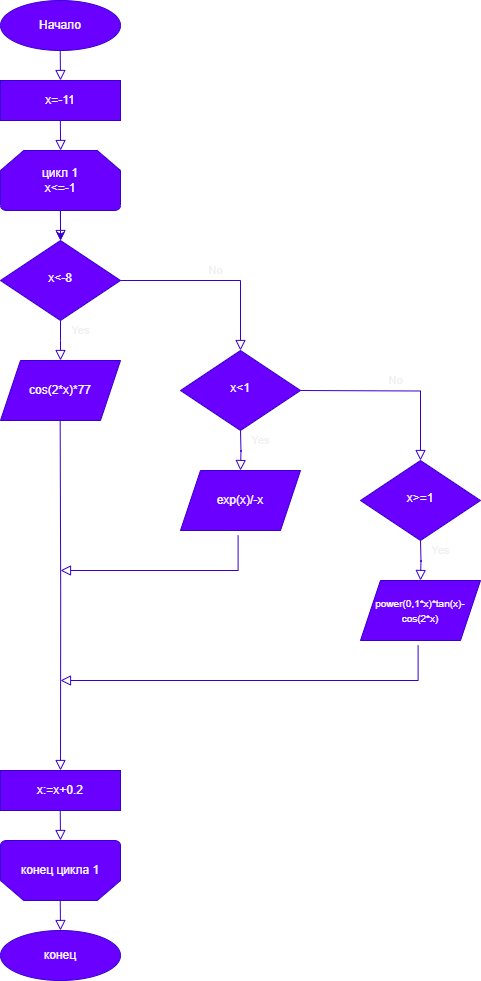
Above: Диаграмма без названия.png in v0untina/DKR_1 (draw.io), before the change. Source tidied: cells renumbered, new cells last; positions are measured from the earlier drawing's top-left corner, leaving out a move shared by most shapes. Its diagram source:
```xml
<mxGraphModel>
  <root>
    <mxCell id="0" />
    <mxCell id="1" parent="0" />
    <mxCell id="2" value="Yes" style="rounded=0;html=1;jettySize=auto;fontSize=11;endArrow=block;endFill=0;endSize=8;strokeWidth=1;shadow=0;labelBackgroundColor=none;edgeStyle=orthogonalEdgeStyle;fillColor=#6a00ff;strokeColor=#3700CC;" parent="1" edge="1" source="4">
      <mxGeometry x="-0.51" y="20" relative="1" as="geometry">
        <mxPoint x="60" y="360" as="targetPoint" />
      </mxGeometry>
    </mxCell>
    <mxCell id="3" value="No" style="edgeStyle=orthogonalEdgeStyle;rounded=0;html=1;jettySize=auto;fontSize=11;endArrow=block;endFill=0;endSize=8;strokeWidth=1;shadow=0;labelBackgroundColor=none;entryX=0.5;entryY=0;entryDx=0;entryDy=0;fillColor=#6a00ff;strokeColor=#3700CC;" parent="1" edge="1" source="4" target="13">
      <mxGeometry y="10" relative="1" as="geometry" />
    </mxCell>
    <mxCell id="4" value="x&amp;lt;-8" style="rhombus;whiteSpace=wrap;html=1;shadow=0;fontFamily=Helvetica;fontSize=12;align=center;strokeWidth=1;spacing=6;spacingTop=-4;fillColor=#6a00ff;fontColor=#ffffff;strokeColor=#3700CC;" parent="1" vertex="1">
      <mxGeometry y="240" width="120" height="80" as="geometry" />
    </mxCell>
    <mxCell id="5" value="x=-11" style="rounded=0;whiteSpace=wrap;html=1;fillColor=#6a00ff;fontColor=#ffffff;strokeColor=#3700CC;" parent="1" vertex="1">
      <mxGeometry y="80" width="120" height="40" as="geometry" />
    </mxCell>
    <mxCell id="6" style="rounded=0;html=1;jettySize=auto;orthogonalLoop=1;fontSize=11;endArrow=block;endFill=0;endSize=8;strokeWidth=1;shadow=0;labelBackgroundColor=none;edgeStyle=orthogonalEdgeStyle;fillColor=#6a00ff;strokeColor=#3700CC;" parent="1" edge="1">
      <mxGeometry relative="1" as="geometry">
        <mxPoint x="59.7" y="50" as="sourcePoint" />
        <mxPoint x="60" y="80" as="targetPoint" />
      </mxGeometry>
    </mxCell>
    <mxCell id="7" value="Начало" style="ellipse;whiteSpace=wrap;html=1;fillColor=#6a00ff;fontColor=#ffffff;strokeColor=#3700CC;" parent="1" vertex="1">
      <mxGeometry width="120" height="50" as="geometry" />
    </mxCell>
    <mxCell id="8" style="edgeStyle=orthogonalEdgeStyle;rounded=0;jettySize=auto;html=1;fillColor=#6a00ff;strokeColor=#3700CC;" parent="1" edge="1" source="9" target="4">
      <mxGeometry relative="1" as="geometry" />
    </mxCell>
    <mxCell id="9" value="цикл 1&lt;br&gt;x&amp;lt;=-1" style="strokeWidth=1;html=1;shape=mxgraph.flowchart.loop_limit;whiteSpace=wrap;fillColor=#6a00ff;fontColor=#ffffff;strokeColor=#3700CC;" parent="1" vertex="1">
      <mxGeometry y="150" width="120" height="60" as="geometry" />
    </mxCell>
    <mxCell id="10" value="cos(2*x)*77" style="shape=parallelogram;perimeter=parallelogramPerimeter;whiteSpace=wrap;html=1;fixedSize=1;fillColor=#6a00ff;fontColor=#ffffff;strokeColor=#3700CC;" parent="1" vertex="1">
      <mxGeometry y="360" width="120" height="60" as="geometry" />
    </mxCell>
    <mxCell id="11" style="rounded=0;html=1;jettySize=auto;orthogonalLoop=1;fontSize=11;endArrow=block;endFill=0;endSize=8;strokeWidth=1;shadow=0;labelBackgroundColor=none;edgeStyle=orthogonalEdgeStyle;fillColor=#6a00ff;strokeColor=#3700CC;" parent="1" edge="1">
      <mxGeometry relative="1" as="geometry">
        <mxPoint x="59.9" y="120" as="sourcePoint" />
        <mxPoint x="60.1" y="150" as="targetPoint" />
      </mxGeometry>
    </mxCell>
    <mxCell id="12" style="rounded=0;html=1;jettySize=auto;orthogonalLoop=1;fontSize=11;endArrow=block;endFill=0;endSize=8;strokeWidth=1;shadow=0;labelBackgroundColor=none;edgeStyle=orthogonalEdgeStyle;fillColor=#6a00ff;strokeColor=#3700CC;" parent="1" edge="1">
      <mxGeometry relative="1" as="geometry">
        <mxPoint x="59.9" y="210" as="sourcePoint" />
        <mxPoint x="60.1" y="240" as="targetPoint" />
      </mxGeometry>
    </mxCell>
    <mxCell id="13" value="x&amp;lt;1" style="rhombus;whiteSpace=wrap;html=1;shadow=0;fontFamily=Helvetica;fontSize=12;align=center;strokeWidth=1;spacing=6;spacingTop=-4;fillColor=#6a00ff;fontColor=#ffffff;strokeColor=#3700CC;" parent="1" vertex="1">
      <mxGeometry x="180" y="350" width="120" height="80" as="geometry" />
    </mxCell>
    <mxCell id="14" style="rounded=0;html=1;jettySize=auto;orthogonalLoop=1;fontSize=11;endArrow=block;endFill=0;endSize=8;strokeWidth=1;shadow=0;labelBackgroundColor=none;edgeStyle=orthogonalEdgeStyle;fillColor=#6a00ff;strokeColor=#3700CC;" parent="1" edge="1">
      <mxGeometry x="-0.51" y="20" relative="1" as="geometry">
        <mxPoint x="59.7" y="420" as="sourcePoint" />
        <mxPoint x="60" y="770" as="targetPoint" />
      </mxGeometry>
    </mxCell>
    <mxCell id="15" value="Yes" style="rounded=0;html=1;jettySize=auto;orthogonalLoop=1;fontSize=11;endArrow=block;endFill=0;endSize=8;strokeWidth=1;shadow=0;labelBackgroundColor=none;edgeStyle=orthogonalEdgeStyle;fillColor=#6a00ff;strokeColor=#3700CC;" parent="1" edge="1">
      <mxGeometry x="-0.51" y="20" relative="1" as="geometry">
        <mxPoint x="240" y="430" as="sourcePoint" />
        <mxPoint x="240" y="470" as="targetPoint" />
      </mxGeometry>
    </mxCell>
    <mxCell id="16" value="exp(x)/-x" style="shape=parallelogram;perimeter=parallelogramPerimeter;whiteSpace=wrap;html=1;fixedSize=1;fillColor=#6a00ff;fontColor=#ffffff;strokeColor=#3700CC;" parent="1" vertex="1">
      <mxGeometry x="180" y="470" width="120" height="60" as="geometry" />
    </mxCell>
    <mxCell id="17" style="edgeStyle=orthogonalEdgeStyle;rounded=0;html=1;jettySize=auto;fontSize=11;endArrow=block;endFill=0;endSize=8;strokeWidth=1;shadow=0;labelBackgroundColor=none;exitX=0.48;exitY=1.084;exitDx=0;exitDy=0;exitPerimeter=0;fillColor=#6a00ff;strokeColor=#3700CC;" parent="1" edge="1" source="16">
      <mxGeometry y="10" relative="1" as="geometry">
        <mxPoint x="60" y="570" as="targetPoint" />
        <Array as="points">
          <mxPoint x="238" y="570" />
        </Array>
      </mxGeometry>
    </mxCell>
    <mxCell id="18" value="No" style="edgeStyle=orthogonalEdgeStyle;rounded=0;html=1;jettySize=auto;fontSize=11;endArrow=block;endFill=0;endSize=8;strokeWidth=1;shadow=0;labelBackgroundColor=none;entryX=0.5;entryY=0;entryDx=0;entryDy=0;fillColor=#6a00ff;strokeColor=#3700CC;" parent="1" edge="1" target="19">
      <mxGeometry y="10" relative="1" as="geometry">
        <mxPoint x="300" y="390" as="sourcePoint" />
      </mxGeometry>
    </mxCell>
    <mxCell id="19" value="x&amp;gt;=1" style="rhombus;whiteSpace=wrap;html=1;shadow=0;fontFamily=Helvetica;fontSize=12;align=center;strokeWidth=1;spacing=6;spacingTop=-4;fillColor=#6a00ff;fontColor=#ffffff;strokeColor=#3700CC;" parent="1" vertex="1">
      <mxGeometry x="360" y="460" width="120" height="80" as="geometry" />
    </mxCell>
    <mxCell id="20" value="Yes" style="rounded=0;html=1;jettySize=auto;orthogonalLoop=1;fontSize=11;endArrow=block;endFill=0;endSize=8;strokeWidth=1;shadow=0;labelBackgroundColor=none;edgeStyle=orthogonalEdgeStyle;fillColor=#6a00ff;strokeColor=#3700CC;" parent="1" edge="1">
      <mxGeometry x="-0.51" y="20" relative="1" as="geometry">
        <mxPoint x="420" y="540" as="sourcePoint" />
        <mxPoint x="420" y="580" as="targetPoint" />
      </mxGeometry>
    </mxCell>
    <mxCell id="21" value="&lt;font style=&quot;font-size: 10px;&quot;&gt;power(0,1*x)*tan(x)-cos(2*x)&lt;/font&gt;" style="shape=parallelogram;perimeter=parallelogramPerimeter;whiteSpace=wrap;html=1;fixedSize=1;fillColor=#6a00ff;fontColor=#ffffff;strokeColor=#3700CC;" parent="1" vertex="1">
      <mxGeometry x="360" y="580" width="120" height="60" as="geometry" />
    </mxCell>
    <mxCell id="22" style="edgeStyle=orthogonalEdgeStyle;rounded=0;html=1;jettySize=auto;fontSize=11;endArrow=block;endFill=0;endSize=8;strokeWidth=1;shadow=0;labelBackgroundColor=none;exitX=0.48;exitY=1.084;exitDx=0;exitDy=0;exitPerimeter=0;fillColor=#6a00ff;strokeColor=#3700CC;" parent="1" edge="1" source="21">
      <mxGeometry y="10" relative="1" as="geometry">
        <mxPoint x="60" y="680" as="targetPoint" />
        <Array as="points">
          <mxPoint x="418" y="680" />
          <mxPoint x="60" y="680" />
        </Array>
      </mxGeometry>
    </mxCell>
    <mxCell id="23" value="x:=x+0.2" style="rounded=0;whiteSpace=wrap;html=1;fillColor=#6a00ff;fontColor=#ffffff;strokeColor=#3700CC;" parent="1" vertex="1">
      <mxGeometry y="770" width="120" height="40" as="geometry" />
    </mxCell>
    <mxCell id="24" value="конец цикла 1" style="strokeWidth=1;html=1;shape=mxgraph.flowchart.loop_limit;whiteSpace=wrap;direction=west;fillColor=#6a00ff;fontColor=#ffffff;strokeColor=#3700CC;" parent="1" vertex="1">
      <mxGeometry y="840" width="120" height="60" as="geometry" />
    </mxCell>
    <mxCell id="25" value="конец" style="ellipse;whiteSpace=wrap;html=1;fillColor=#6a00ff;fontColor=#ffffff;strokeColor=#3700CC;" parent="1" vertex="1">
      <mxGeometry y="930" width="120" height="50" as="geometry" />
    </mxCell>
    <mxCell id="26" style="rounded=0;html=1;jettySize=auto;orthogonalLoop=1;fontSize=11;endArrow=block;endFill=0;endSize=8;strokeWidth=1;shadow=0;labelBackgroundColor=none;edgeStyle=orthogonalEdgeStyle;fillColor=#6a00ff;strokeColor=#3700CC;" parent="1" edge="1">
      <mxGeometry relative="1" as="geometry">
        <mxPoint x="59.7" y="810" as="sourcePoint" />
        <mxPoint x="60" y="840" as="targetPoint" />
      </mxGeometry>
    </mxCell>
    <mxCell id="27" style="rounded=0;html=1;jettySize=auto;orthogonalLoop=1;fontSize=11;endArrow=block;endFill=0;endSize=8;strokeWidth=1;shadow=0;labelBackgroundColor=none;edgeStyle=orthogonalEdgeStyle;fillColor=#6a00ff;strokeColor=#3700CC;" parent="1" edge="1">
      <mxGeometry relative="1" as="geometry">
        <mxPoint x="59.7" y="900" as="sourcePoint" />
        <mxPoint x="60" y="930" as="targetPoint" />
      </mxGeometry>
    </mxCell>
  </root>
</mxGraphModel>
```
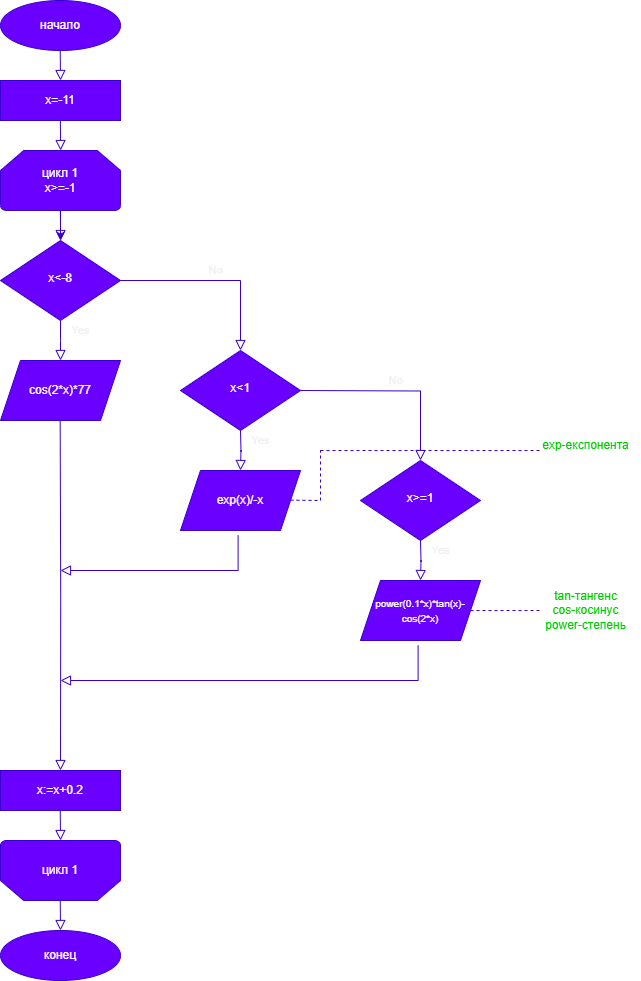
The same diagram one commit later.

Diff of the diagram source:
```diff
@@ -22,13 +22,13 @@
         <mxPoint x="60" y="80" as="targetPoint" />
       </mxGeometry>
     </mxCell>
-    <mxCell id="7" value="Начало" style="ellipse;whiteSpace=wrap;html=1;fillColor=#6a00ff;fontColor=#ffffff;strokeColor=#3700CC;" parent="1" vertex="1">
+    <mxCell id="7" value="начало" style="ellipse;whiteSpace=wrap;html=1;fillColor=#6a00ff;fontColor=#ffffff;strokeColor=#3700CC;" parent="1" vertex="1">
       <mxGeometry width="120" height="50" as="geometry" />
     </mxCell>
     <mxCell id="8" style="edgeStyle=orthogonalEdgeStyle;rounded=0;jettySize=auto;html=1;fillColor=#6a00ff;strokeColor=#3700CC;" parent="1" edge="1" source="9" target="4">
       <mxGeometry relative="1" as="geometry" />
     </mxCell>
-    <mxCell id="9" value="цикл 1&lt;br&gt;x&amp;lt;=-1" style="strokeWidth=1;html=1;shape=mxgraph.flowchart.loop_limit;whiteSpace=wrap;fillColor=#6a00ff;fontColor=#ffffff;strokeColor=#3700CC;" parent="1" vertex="1">
+    <mxCell id="9" value="цикл 1&lt;br&gt;x&amp;gt;=-1" style="strokeWidth=1;html=1;shape=mxgraph.flowchart.loop_limit;whiteSpace=wrap;fillColor=#6a00ff;fontColor=#ffffff;strokeColor=#3700CC;" parent="1" vertex="1">
       <mxGeometry y="150" width="120" height="60" as="geometry" />
     </mxCell>
     <mxCell id="10" value="cos(2*x)*77" style="shape=parallelogram;perimeter=parallelogramPerimeter;whiteSpace=wrap;html=1;fixedSize=1;fillColor=#6a00ff;fontColor=#ffffff;strokeColor=#3700CC;" parent="1" vertex="1">
@@ -86,7 +86,7 @@
         <mxPoint x="420" y="580" as="targetPoint" />
       </mxGeometry>
     </mxCell>
-    <mxCell id="21" value="&lt;font style=&quot;font-size: 10px;&quot;&gt;power(0,1*x)*tan(x)-cos(2*x)&lt;/font&gt;" style="shape=parallelogram;perimeter=parallelogramPerimeter;whiteSpace=wrap;html=1;fixedSize=1;fillColor=#6a00ff;fontColor=#ffffff;strokeColor=#3700CC;" parent="1" vertex="1">
+    <mxCell id="21" value="&lt;font style=&quot;font-size: 10px;&quot;&gt;power(0.1*x)*tan(x)-cos(2*x)&lt;/font&gt;" style="shape=parallelogram;perimeter=parallelogramPerimeter;whiteSpace=wrap;html=1;fixedSize=1;fillColor=#6a00ff;fontColor=#ffffff;strokeColor=#3700CC;" parent="1" vertex="1">
       <mxGeometry x="360" y="580" width="120" height="60" as="geometry" />
     </mxCell>
     <mxCell id="22" style="edgeStyle=orthogonalEdgeStyle;rounded=0;html=1;jettySize=auto;fontSize=11;endArrow=block;endFill=0;endSize=8;strokeWidth=1;shadow=0;labelBackgroundColor=none;exitX=0.48;exitY=1.084;exitDx=0;exitDy=0;exitPerimeter=0;fillColor=#6a00ff;strokeColor=#3700CC;" parent="1" edge="1" source="21">
@@ -101,7 +101,7 @@
     <mxCell id="23" value="x:=x+0.2" style="rounded=0;whiteSpace=wrap;html=1;fillColor=#6a00ff;fontColor=#ffffff;strokeColor=#3700CC;" parent="1" vertex="1">
       <mxGeometry y="770" width="120" height="40" as="geometry" />
     </mxCell>
-    <mxCell id="24" value="конец цикла 1" style="strokeWidth=1;html=1;shape=mxgraph.flowchart.loop_limit;whiteSpace=wrap;direction=west;fillColor=#6a00ff;fontColor=#ffffff;strokeColor=#3700CC;" parent="1" vertex="1">
+    <mxCell id="24" value="цикл 1" style="strokeWidth=1;html=1;shape=mxgraph.flowchart.loop_limit;whiteSpace=wrap;direction=west;fillColor=#6a00ff;fontColor=#ffffff;strokeColor=#3700CC;" parent="1" vertex="1">
       <mxGeometry y="840" width="120" height="60" as="geometry" />
     </mxCell>
     <mxCell id="25" value="конец" style="ellipse;whiteSpace=wrap;html=1;fillColor=#6a00ff;fontColor=#ffffff;strokeColor=#3700CC;" parent="1" vertex="1">
@@ -119,5 +119,37 @@
         <mxPoint x="60" y="930" as="targetPoint" />
       </mxGeometry>
     </mxCell>
+    <mxCell id="28" style="endArrow=none;dashed=1;html=1;rounded=0;exitX=1;exitY=0.5;exitDx=0;exitDy=0;fillColor=#6a00ff;strokeColor=#3700CC;" parent="1" edge="1" source="21">
+      <mxGeometry relative="1" as="geometry">
+        <mxPoint x="540" y="610" as="targetPoint" />
+        <Array as="points">
+          <mxPoint x="500" y="610" />
+        </Array>
+      </mxGeometry>
+    </mxCell>
+    <mxCell id="29" value="&lt;font color=&quot;#00cc00&quot;&gt;tan-тангенс&lt;br&gt;cos-косинус&lt;br&gt;power-степень&lt;/font&gt;" style="text;html=1;align=center;verticalAlign=middle;strokeColor=none;fillColor=none;" parent="1" vertex="1">
+      <mxGeometry x="535" y="580" width="100" height="60" as="geometry" />
+    </mxCell>
+    <mxCell id="30" style="endArrow=none;dashed=1;html=1;rounded=0;exitX=1;exitY=0.5;exitDx=0;exitDy=0;fillColor=#6a00ff;strokeColor=#3700CC;" parent="1" edge="1">
+      <mxGeometry relative="1" as="geometry">
+        <mxPoint x="290" y="499.7" as="sourcePoint" />
+        <mxPoint x="320" y="500" as="targetPoint" />
+      </mxGeometry>
+    </mxCell>
+    <mxCell id="31" style="endArrow=none;dashed=1;html=1;rounded=0;fillColor=#6a00ff;strokeColor=#3700CC;" parent="1" edge="1">
+      <mxGeometry relative="1" as="geometry">
+        <mxPoint x="320" y="500" as="sourcePoint" />
+        <mxPoint x="320" y="450" as="targetPoint" />
+      </mxGeometry>
+    </mxCell>
+    <mxCell id="32" style="endArrow=none;dashed=1;html=1;rounded=0;fillColor=#6a00ff;strokeColor=#3700CC;" parent="1" edge="1">
+      <mxGeometry relative="1" as="geometry">
+        <mxPoint x="320" y="450" as="sourcePoint" />
+        <mxPoint x="540" y="450" as="targetPoint" />
+      </mxGeometry>
+    </mxCell>
+    <mxCell id="33" value="&lt;font color=&quot;#00cc00&quot;&gt;exp-експонента&lt;/font&gt;" style="text;html=1;align=center;verticalAlign=middle;strokeColor=none;fillColor=none;" parent="1" vertex="1">
+      <mxGeometry x="530" y="430" width="110" height="30" as="geometry" />
+    </mxCell>
   </root>
 </mxGraphModel>
```
